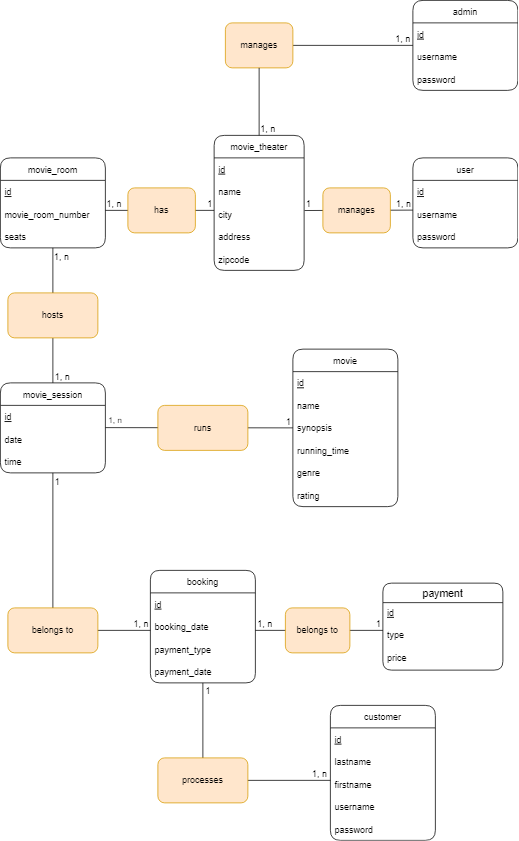
Armafobe/cinema_database keeps this draw.io diagram as MCD.png. Above is the earlier version. Source tidied: cells renumbered, new cells last; positions are measured from the earlier drawing's top-left corner, leaving out a move shared by most shapes.
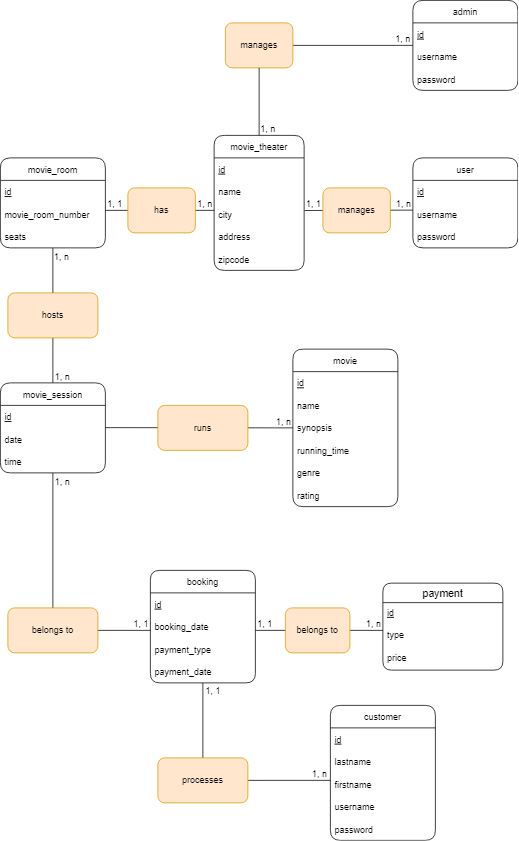
Later version of the same file.

What changed in the source:
```diff
@@ -25,5 +25,5 @@
     </mxCell>
-    <mxCell id="9" value="id" style="text;strokeColor=none;fillColor=none;align=left;verticalAlign=middle;spacingLeft=4;spacingRight=4;overflow=hidden;rounded=1;fontStyle=4;" parent="8" vertex="1">
-      <mxGeometry y="30" width="140" height="30" as="geometry" />
-    </mxCell>
+    <mxCell id="81" value="id" style="text;strokeColor=none;fillColor=none;align=left;verticalAlign=middle;spacingLeft=4;spacingRight=4;overflow=hidden;rounded=1;fontStyle=4;" parent="8" vertex="1">
+      <mxGeometry y="30" width="140" height="30" as="geometry" />
+    </mxCell>
     <mxCell id="10" value="username" style="text;strokeColor=none;fillColor=none;align=left;verticalAlign=middle;spacingLeft=4;spacingRight=4;overflow=hidden;rounded=1;" parent="8" vertex="1">
@@ -34,12 +34,12 @@
     </mxCell>
-    <mxCell id="12" style="endArrow=none;html=1;rounded=0;startArrow=none;" parent="1" edge="1" source="14">
-      <mxGeometry relative="1" as="geometry">
-        <mxPoint x="550" y="60" as="targetPoint" />
-      </mxGeometry>
-    </mxCell>
-    <mxCell id="13" value="1, n" style="html=1;align=right;verticalAlign=bottom;rounded=1;fillColor=#FFF5F5;" parent="12" vertex="1">
-      <mxGeometry x="1" relative="1" as="geometry">
-        <mxPoint x="-3" as="offset" />
-      </mxGeometry>
-    </mxCell>
+    <mxCell id="82" style="endArrow=none;html=1;rounded=0;startArrow=none;" parent="1" edge="1" source="14">
+      <mxGeometry relative="1" as="geometry">
+        <mxPoint x="550" y="60" as="targetPoint" />
+      </mxGeometry>
+    </mxCell>
+    <mxCell id="83" value="1, n" style="html=1;align=right;verticalAlign=bottom;rounded=1;fillColor=#FFF5F5;" parent="82" vertex="1">
+      <mxGeometry x="1" relative="1" as="geometry">
+        <mxPoint x="-3" as="offset" />
+      </mxGeometry>
+    </mxCell>
     <mxCell id="14" value="manages" style="rounded=1;whiteSpace=wrap;html=1;fillColor=#ffe6cc;strokeColor=#d79b00;" parent="1" vertex="1">
@@ -50,5 +50,5 @@
     </mxCell>
-    <mxCell id="16" value="1, n" style="html=1;align=left;verticalAlign=bottom;rounded=1;fillColor=#FFF5F5;" parent="15" vertex="1">
-      <mxGeometry x="-1" relative="1" as="geometry" />
-    </mxCell>
+    <mxCell id="84" value="1, n" style="html=1;align=left;verticalAlign=bottom;rounded=1;fillColor=#FFF5F5;" parent="15" vertex="1">
+      <mxGeometry x="-1" relative="1" as="geometry" />
+    </mxCell>
     <mxCell id="17" value="movie_room" style="swimlane;fontStyle=0;horizontal=1;startSize=30;rounded=1;" parent="1" vertex="1">
@@ -56,5 +56,5 @@
     </mxCell>
-    <mxCell id="18" value="id" style="text;strokeColor=none;fillColor=none;align=left;verticalAlign=middle;spacingLeft=4;spacingRight=4;overflow=hidden;rounded=1;fontStyle=4;" parent="17" vertex="1">
-      <mxGeometry y="30" width="140" height="30" as="geometry" />
-    </mxCell>
+    <mxCell id="85" value="id" style="text;strokeColor=none;fillColor=none;align=left;verticalAlign=middle;spacingLeft=4;spacingRight=4;overflow=hidden;rounded=1;fontStyle=4;" parent="17" vertex="1">
+      <mxGeometry y="30" width="140" height="30" as="geometry" />
+    </mxCell>
     <mxCell id="19" value="movie_room_number" style="text;strokeColor=none;fillColor=none;align=left;verticalAlign=middle;spacingLeft=4;spacingRight=4;overflow=hidden;rounded=1;" parent="17" vertex="1">
@@ -65,16 +65,18 @@
     </mxCell>
-    <mxCell id="21" style="endArrow=none;html=1;rounded=0;" parent="1" edge="1">
-      <mxGeometry relative="1" as="geometry">
-        <mxPoint x="140" y="280" as="sourcePoint" />
-        <mxPoint x="285" y="280" as="targetPoint" />
-      </mxGeometry>
-    </mxCell>
-    <mxCell id="22" value="1, n" style="html=1;align=left;verticalAlign=bottom;rounded=1;fillColor=#FFF5F5;" parent="21" vertex="1">
-      <mxGeometry x="-1" relative="1" as="geometry" />
-    </mxCell>
-    <mxCell id="23" value="1" style="html=1;align=right;verticalAlign=bottom;rounded=1;fillColor=#FFF5F5;" parent="21" vertex="1">
-      <mxGeometry x="1" relative="1" as="geometry">
-        <mxPoint x="-2" as="offset" />
-      </mxGeometry>
-    </mxCell>
+    <mxCell id="86" style="endArrow=none;html=1;rounded=0;" parent="1" edge="1">
+      <mxGeometry relative="1" as="geometry">
+        <mxPoint x="140" y="280" as="sourcePoint" />
+        <mxPoint x="285" y="280" as="targetPoint" />
+      </mxGeometry>
+    </mxCell>
+    <mxCell id="87" value="1, 1" style="html=1;align=left;verticalAlign=bottom;rounded=1;fillColor=#FFF5F5;" parent="86" vertex="1">
+      <mxGeometry x="-1" relative="1" as="geometry">
+        <mxPoint x="1" as="offset" />
+      </mxGeometry>
+    </mxCell>
+    <mxCell id="88" value="1, n" style="html=1;align=right;verticalAlign=bottom;rounded=1;fillColor=#FFF5F5;" parent="86" vertex="1">
+      <mxGeometry x="1" relative="1" as="geometry">
+        <mxPoint x="-2" as="offset" />
+      </mxGeometry>
+    </mxCell>
     <mxCell id="24" value="has" style="rounded=1;whiteSpace=wrap;html=1;fillColor=#ffe6cc;strokeColor=#d79b00;" parent="1" vertex="1">
@@ -85,5 +87,5 @@
     </mxCell>
-    <mxCell id="26" value="id" style="text;strokeColor=none;fillColor=none;align=left;verticalAlign=middle;spacingLeft=4;spacingRight=4;overflow=hidden;rounded=1;fontStyle=4;" parent="25" vertex="1">
-      <mxGeometry y="30" width="140" height="30" as="geometry" />
-    </mxCell>
+    <mxCell id="89" value="id" style="text;strokeColor=none;fillColor=none;align=left;verticalAlign=middle;spacingLeft=4;spacingRight=4;overflow=hidden;rounded=1;fontStyle=4;" parent="25" vertex="1">
+      <mxGeometry y="30" width="140" height="30" as="geometry" />
+    </mxCell>
     <mxCell id="27" value="date" style="text;strokeColor=none;fillColor=none;align=left;verticalAlign=middle;spacingLeft=4;spacingRight=4;overflow=hidden;rounded=1;" parent="25" vertex="1">
@@ -94,17 +96,17 @@
     </mxCell>
-    <mxCell id="29" style="endArrow=none;html=1;rounded=0;entryX=0.5;entryY=0;entryDx=0;entryDy=0;" parent="1" edge="1" target="25">
-      <mxGeometry relative="1" as="geometry">
-        <mxPoint x="70" y="330" as="sourcePoint" />
-      </mxGeometry>
-    </mxCell>
-    <mxCell id="30" value="1, n" style="html=1;align=left;verticalAlign=bottom;rounded=1;fillColor=#FFF5F5;" parent="29" vertex="1">
-      <mxGeometry x="-1" relative="1" as="geometry">
-        <mxPoint y="20" as="offset" />
-      </mxGeometry>
-    </mxCell>
-    <mxCell id="31" value="1, n" style="html=1;align=right;verticalAlign=bottom;rounded=1;fillColor=#FFF5F5;" parent="29" vertex="1">
-      <mxGeometry x="1" relative="1" as="geometry">
-        <mxPoint x="23" as="offset" />
-      </mxGeometry>
-    </mxCell>
+    <mxCell id="90" style="endArrow=none;html=1;rounded=0;entryX=0.5;entryY=0;entryDx=0;entryDy=0;" parent="1" edge="1" target="25">
+      <mxGeometry relative="1" as="geometry">
+        <mxPoint x="70" y="330" as="sourcePoint" />
+      </mxGeometry>
+    </mxCell>
+    <mxCell id="91" value="1, n" style="html=1;align=left;verticalAlign=bottom;rounded=1;fillColor=#FFF5F5;" parent="90" vertex="1">
+      <mxGeometry x="-1" relative="1" as="geometry">
+        <mxPoint y="20" as="offset" />
+      </mxGeometry>
+    </mxCell>
+    <mxCell id="92" value="1, n" style="html=1;align=right;verticalAlign=bottom;rounded=1;fillColor=#FFF5F5;" parent="90" vertex="1">
+      <mxGeometry x="1" relative="1" as="geometry">
+        <mxPoint x="23" as="offset" />
+      </mxGeometry>
+    </mxCell>
     <mxCell id="32" value="hosts" style="rounded=1;whiteSpace=wrap;html=1;fillColor=#ffe6cc;strokeColor=#d79b00;" parent="1" vertex="1">
@@ -115,5 +117,5 @@
     </mxCell>
-    <mxCell id="34" value="id" style="text;strokeColor=none;fillColor=none;align=left;verticalAlign=middle;spacingLeft=4;spacingRight=4;overflow=hidden;rounded=1;fontStyle=4;" parent="33" vertex="1">
-      <mxGeometry y="30" width="140" height="30" as="geometry" />
-    </mxCell>
+    <mxCell id="93" value="id" style="text;strokeColor=none;fillColor=none;align=left;verticalAlign=middle;spacingLeft=4;spacingRight=4;overflow=hidden;rounded=1;fontStyle=4;" parent="33" vertex="1">
+      <mxGeometry y="30" width="140" height="30" as="geometry" />
+    </mxCell>
     <mxCell id="35" value="name" style="text;strokeColor=none;fillColor=none;align=left;verticalAlign=middle;spacingLeft=4;spacingRight=4;overflow=hidden;rounded=1;" parent="33" vertex="1">
@@ -133,20 +135,15 @@
     </mxCell>
-    <mxCell id="40" style="endArrow=none;html=1;rounded=0;entryX=0;entryY=0.5;entryDx=0;entryDy=0;" parent="1" edge="1" target="36">
-      <mxGeometry relative="1" as="geometry">
-        <mxPoint x="140" y="569.7" as="sourcePoint" />
-      </mxGeometry>
-    </mxCell>
-    <mxCell id="41" value="1" style="html=1;align=right;verticalAlign=bottom;rounded=1;fillColor=#FFF5F5;" parent="40" vertex="1">
-      <mxGeometry x="1" relative="1" as="geometry">
-        <mxPoint x="-2" as="offset" />
-      </mxGeometry>
-    </mxCell>
+    <mxCell id="94" style="endArrow=none;html=1;rounded=0;entryX=0;entryY=0.5;entryDx=0;entryDy=0;" parent="1" edge="1" target="36">
+      <mxGeometry relative="1" as="geometry">
+        <mxPoint x="140" y="569.7" as="sourcePoint" />
+      </mxGeometry>
+    </mxCell>
+    <mxCell id="95" value="1, n" style="html=1;align=right;verticalAlign=bottom;rounded=1;fillColor=#FFF5F5;" parent="94" vertex="1">
+      <mxGeometry x="1" relative="1" as="geometry">
+        <mxPoint x="-2" as="offset" />
+      </mxGeometry>
+    </mxCell>
-    <mxCell id="42" value="&lt;span style=&quot;color: rgba(0, 0, 0, 0); font-family: monospace; font-size: 0px; text-align: start; background-color: rgb(248, 249, 250);&quot;&gt;%3CmxGraphModel%3E%3Croot%3E%3CmxCell%20id%3D%220%22%2F%3E%3CmxCell%20id%3D%221%22%20parent%3D%220%22%2F%3E%3CmxCell%20id%3D%222%22%20value%3D%221%2C%20n%22%20style%3D%22resizable%3D0%3Bhtml%3D1%3Balign%3Dright%3BverticalAlign%3Dbottom%3Brounded%3D1%3BfillColor%3D%23FFF5F5%3B%22%20connectable%3D%220%22%20vertex%3D%221%22%20parent%3D%221%22%3E%3CmxGeometry%20x%3D%22438.3445960676315%22%20y%3D%22610.000468650652%22%20as%3D%22geometry%22%2F%3E%3C%2FmxCell%3E%3C%2Froot%3E%3C%2FmxGraphModel%3E&lt;/span&gt;" style="edgeLabel;html=1;align=center;verticalAlign=middle;" parent="40" vertex="1">
+    <mxCell id="42" value="&lt;span style=&quot;color: rgba(0, 0, 0, 0); font-family: monospace; font-size: 0px; text-align: start; background-color: rgb(248, 249, 250);&quot;&gt;%3CmxGraphModel%3E%3Croot%3E%3CmxCell%20id%3D%220%22%2F%3E%3CmxCell%20id%3D%221%22%20parent%3D%220%22%2F%3E%3CmxCell%20id%3D%222%22%20value%3D%221%2C%20n%22%20style%3D%22resizable%3D0%3Bhtml%3D1%3Balign%3Dright%3BverticalAlign%3Dbottom%3Brounded%3D1%3BfillColor%3D%23FFF5F5%3B%22%20connectable%3D%220%22%20vertex%3D%221%22%20parent%3D%221%22%3E%3CmxGeometry%20x%3D%22438.3445960676315%22%20y%3D%22610.000468650652%22%20as%3D%22geometry%22%2F%3E%3C%2FmxCell%3E%3C%2Froot%3E%3C%2FmxGraphModel%3E&lt;/span&gt;" style="edgeLabel;html=1;align=center;verticalAlign=middle;" parent="94" vertex="1">
       <mxGeometry x="-0.9" y="1" relative="1" as="geometry" />
     </mxCell>
-    <mxCell id="43" value="1, n" style="edgeLabel;html=1;align=center;verticalAlign=middle;labelBackgroundColor=none;" parent="40" vertex="1">
-      <mxGeometry x="-0.89" y="1" relative="1" as="geometry">
-        <mxPoint x="-1" y="-9" as="offset" />
-      </mxGeometry>
-    </mxCell>
     <mxCell id="44" value="runs" style="rounded=1;whiteSpace=wrap;html=1;fillColor=#ffe6cc;strokeColor=#d79b00;" parent="1" vertex="1">
@@ -157,5 +154,5 @@
     </mxCell>
-    <mxCell id="46" value="id" style="text;strokeColor=none;fillColor=none;align=left;verticalAlign=middle;spacingLeft=4;spacingRight=4;overflow=hidden;rounded=1;fontStyle=4;" parent="45" vertex="1">
-      <mxGeometry y="30" width="140" height="30" as="geometry" />
-    </mxCell>
+    <mxCell id="96" value="id" style="text;strokeColor=none;fillColor=none;align=left;verticalAlign=middle;spacingLeft=4;spacingRight=4;overflow=hidden;rounded=1;fontStyle=4;" parent="45" vertex="1">
+      <mxGeometry y="30" width="140" height="30" as="geometry" />
+    </mxCell>
     <mxCell id="47" value="booking_date" style="text;strokeColor=none;fillColor=none;align=left;verticalAlign=middle;spacingLeft=4;spacingRight=4;overflow=hidden;rounded=1;" parent="45" vertex="1">
@@ -169,24 +166,24 @@
     </mxCell>
-    <mxCell id="50" style="endArrow=none;html=1;rounded=0;" parent="1" edge="1">
-      <mxGeometry relative="1" as="geometry">
-        <mxPoint x="70" y="630" as="sourcePoint" />
-        <mxPoint x="70" y="840" as="targetPoint" />
-      </mxGeometry>
-    </mxCell>
-    <mxCell id="51" value="1" style="html=1;align=left;verticalAlign=bottom;rounded=1;labelBackgroundColor=none;fillColor=#FFF5F5;" parent="50" vertex="1">
-      <mxGeometry x="-1" relative="1" as="geometry">
-        <mxPoint x="1" y="20" as="offset" />
-      </mxGeometry>
-    </mxCell>
-    <mxCell id="52" value="1, n" style="html=1;align=right;verticalAlign=bottom;rounded=1;labelBackgroundColor=none;fillColor=#FFF5F5;" parent="50" vertex="1">
-      <mxGeometry x="1" relative="1" as="geometry">
-        <mxPoint x="128" as="offset" />
-      </mxGeometry>
-    </mxCell>
-    <mxCell id="53" style="endArrow=none;html=1;rounded=0;" parent="1" edge="1">
-      <mxGeometry relative="1" as="geometry">
-        <mxPoint x="70" y="840" as="sourcePoint" />
-        <mxPoint x="200" y="840" as="targetPoint" />
-      </mxGeometry>
-    </mxCell>
+    <mxCell id="97" style="endArrow=none;html=1;rounded=0;" parent="1" edge="1">
+      <mxGeometry relative="1" as="geometry">
+        <mxPoint x="70" y="630" as="sourcePoint" />
+        <mxPoint x="70" y="840" as="targetPoint" />
+      </mxGeometry>
+    </mxCell>
+    <mxCell id="68" value="1, n" style="html=1;align=left;verticalAlign=bottom;rounded=1;labelBackgroundColor=none;fillColor=#FFF5F5;" parent="97" vertex="1">
+      <mxGeometry x="-1" relative="1" as="geometry">
+        <mxPoint x="1" y="20" as="offset" />
+      </mxGeometry>
+    </mxCell>
+    <mxCell id="98" value="1, 1" style="html=1;align=right;verticalAlign=bottom;rounded=1;labelBackgroundColor=none;fillColor=#FFF5F5;" parent="97" vertex="1">
+      <mxGeometry x="1" relative="1" as="geometry">
+        <mxPoint x="128" as="offset" />
+      </mxGeometry>
+    </mxCell>
+    <mxCell id="99" style="endArrow=none;html=1;rounded=0;" parent="1" edge="1">
+      <mxGeometry relative="1" as="geometry">
+        <mxPoint x="70" y="840" as="sourcePoint" />
+        <mxPoint x="200" y="840" as="targetPoint" />
+      </mxGeometry>
+    </mxCell>
     <mxCell id="54" value="customer" style="swimlane;fontStyle=0;horizontal=1;startSize=30;rounded=1;labelBackgroundColor=none;" parent="1" vertex="1">
@@ -194,5 +191,5 @@
     </mxCell>
-    <mxCell id="55" value="id" style="text;strokeColor=none;fillColor=none;align=left;verticalAlign=middle;spacingLeft=4;spacingRight=4;overflow=hidden;rounded=1;labelBackgroundColor=none;fontStyle=4;" parent="54" vertex="1">
-      <mxGeometry y="30" width="140" height="30" as="geometry" />
-    </mxCell>
+    <mxCell id="100" value="id" style="text;strokeColor=none;fillColor=none;align=left;verticalAlign=middle;spacingLeft=4;spacingRight=4;overflow=hidden;rounded=1;labelBackgroundColor=none;fontStyle=4;" parent="54" vertex="1">
+      <mxGeometry y="30" width="140" height="30" as="geometry" />
+    </mxCell>
     <mxCell id="56" value="lastname" style="text;strokeColor=none;fillColor=none;align=left;verticalAlign=middle;spacingLeft=4;spacingRight=4;overflow=hidden;rounded=1;labelBackgroundColor=none;" parent="54" vertex="1">
@@ -209,20 +206,20 @@
     </mxCell>
-    <mxCell id="60" style="endArrow=none;html=1;rounded=0;entryX=0;entryY=0.333;entryDx=0;entryDy=0;entryPerimeter=0;" parent="1" edge="1" target="57">
-      <mxGeometry relative="1" as="geometry">
-        <mxPoint x="270" y="910" as="sourcePoint" />
-        <Array as="points">
-          <mxPoint x="270" y="1040" />
-        </Array>
-      </mxGeometry>
-    </mxCell>
-    <mxCell id="61" value="1" style="html=1;align=left;verticalAlign=bottom;rounded=1;labelBackgroundColor=none;fillColor=#FFF5F5;" parent="60" vertex="1">
-      <mxGeometry x="-1" relative="1" as="geometry">
-        <mxPoint x="2" y="19" as="offset" />
-      </mxGeometry>
-    </mxCell>
-    <mxCell id="62" value="1, n" style="html=1;align=right;verticalAlign=bottom;rounded=1;labelBackgroundColor=none;fillColor=#FFF5F5;" parent="60" vertex="1">
-      <mxGeometry x="1" relative="1" as="geometry">
-        <mxPoint x="-4" as="offset" />
-      </mxGeometry>
-    </mxCell>
+    <mxCell id="101" style="endArrow=none;html=1;rounded=0;entryX=0;entryY=0.333;entryDx=0;entryDy=0;entryPerimeter=0;" parent="1" edge="1" target="57">
+      <mxGeometry relative="1" as="geometry">
+        <mxPoint x="270" y="910" as="sourcePoint" />
+        <Array as="points">
+          <mxPoint x="270" y="1040" />
+        </Array>
+      </mxGeometry>
+    </mxCell>
+    <mxCell id="102" value="1, 1" style="html=1;align=left;verticalAlign=bottom;rounded=1;labelBackgroundColor=none;fillColor=#FFF5F5;" parent="101" vertex="1">
+      <mxGeometry x="-1" relative="1" as="geometry">
+        <mxPoint x="2" y="19" as="offset" />
+      </mxGeometry>
+    </mxCell>
+    <mxCell id="103" value="1, n" style="html=1;align=right;verticalAlign=bottom;rounded=1;labelBackgroundColor=none;fillColor=#FFF5F5;" parent="101" vertex="1">
+      <mxGeometry x="1" relative="1" as="geometry">
+        <mxPoint x="-4" as="offset" />
+      </mxGeometry>
+    </mxCell>
     <mxCell id="63" value="payment" style="swimlane;fontStyle=0;horizontal=1;startSize=26;align=center;fontSize=14;rounded=1;labelBackgroundColor=none;" parent="1" vertex="1">
@@ -239,18 +236,18 @@
     </mxCell>
-    <mxCell id="67" style="endArrow=none;html=1;rounded=0;" parent="1" edge="1">
-      <mxGeometry relative="1" as="geometry">
-        <mxPoint x="340" y="840" as="sourcePoint" />
-        <mxPoint x="510" y="840" as="targetPoint" />
-      </mxGeometry>
-    </mxCell>
-    <mxCell id="68" value="1, n" style="html=1;align=left;verticalAlign=bottom;rounded=1;labelBackgroundColor=none;fillColor=#FFF5F5;" parent="67" vertex="1">
-      <mxGeometry x="-1" relative="1" as="geometry">
-        <mxPoint x="1" as="offset" />
-      </mxGeometry>
-    </mxCell>
-    <mxCell id="69" value="1" style="html=1;align=right;verticalAlign=bottom;rounded=1;labelBackgroundColor=none;fillColor=#FFF5F5;" parent="67" vertex="1">
-      <mxGeometry x="1" relative="1" as="geometry">
-        <mxPoint x="-2" as="offset" />
-      </mxGeometry>
-    </mxCell>
+    <mxCell id="104" style="endArrow=none;html=1;rounded=0;" parent="1" edge="1">
+      <mxGeometry relative="1" as="geometry">
+        <mxPoint x="340" y="840" as="sourcePoint" />
+        <mxPoint x="510" y="840" as="targetPoint" />
+      </mxGeometry>
+    </mxCell>
+    <mxCell id="105" value="1, 1" style="html=1;align=left;verticalAlign=bottom;rounded=1;labelBackgroundColor=none;fillColor=#FFF5F5;" parent="104" vertex="1">
+      <mxGeometry x="-1" relative="1" as="geometry">
+        <mxPoint x="1" as="offset" />
+      </mxGeometry>
+    </mxCell>
+    <mxCell id="106" value="1, n" style="html=1;align=right;verticalAlign=bottom;rounded=1;labelBackgroundColor=none;fillColor=#FFF5F5;" parent="104" vertex="1">
+      <mxGeometry x="1" relative="1" as="geometry">
+        <mxPoint x="-2" as="offset" />
+      </mxGeometry>
+    </mxCell>
     <mxCell id="70" value="belongs to" style="rounded=1;whiteSpace=wrap;html=1;labelBackgroundColor=none;fillColor=#ffe6cc;strokeColor=#d79b00;" parent="1" vertex="1">
@@ -267,5 +264,5 @@
     </mxCell>
-    <mxCell id="74" value="id" style="text;strokeColor=none;fillColor=none;align=left;verticalAlign=middle;spacingLeft=4;spacingRight=4;overflow=hidden;rounded=1;labelBackgroundColor=none;fontStyle=4;" parent="73" vertex="1">
-      <mxGeometry y="30" width="140" height="30" as="geometry" />
-    </mxCell>
+    <mxCell id="107" value="id" style="text;strokeColor=none;fillColor=none;align=left;verticalAlign=middle;spacingLeft=4;spacingRight=4;overflow=hidden;rounded=1;labelBackgroundColor=none;fontStyle=4;" parent="73" vertex="1">
+      <mxGeometry y="30" width="140" height="30" as="geometry" />
+    </mxCell>
     <mxCell id="75" value="username" style="text;strokeColor=none;fillColor=none;align=left;verticalAlign=middle;spacingLeft=4;spacingRight=4;overflow=hidden;rounded=1;labelBackgroundColor=none;" parent="73" vertex="1">
@@ -276,15 +273,15 @@
     </mxCell>
-    <mxCell id="77" style="endArrow=none;html=1;rounded=0;exitX=1.005;exitY=0.34;exitDx=0;exitDy=0;exitPerimeter=0;" parent="1" edge="1" source="5">
-      <mxGeometry relative="1" as="geometry">
-        <mxPoint x="550" y="279.7" as="targetPoint" />
-      </mxGeometry>
-    </mxCell>
-    <mxCell id="78" value="1" style="html=1;align=left;verticalAlign=bottom;rounded=1;labelBackgroundColor=none;fillColor=#FFF5F5;" parent="77" vertex="1">
-      <mxGeometry x="-1" relative="1" as="geometry" />
-    </mxCell>
-    <mxCell id="79" value="1, n" style="html=1;align=right;verticalAlign=bottom;rounded=1;labelBackgroundColor=none;fillColor=#FFF5F5;" parent="77" vertex="1">
-      <mxGeometry x="1" relative="1" as="geometry">
-        <mxPoint x="-2" as="offset" />
-      </mxGeometry>
-    </mxCell>
+    <mxCell id="108" style="endArrow=none;html=1;rounded=0;exitX=1.005;exitY=0.34;exitDx=0;exitDy=0;exitPerimeter=0;" parent="1" edge="1" source="5">
+      <mxGeometry relative="1" as="geometry">
+        <mxPoint x="550" y="279.7" as="targetPoint" />
+      </mxGeometry>
+    </mxCell>
+    <mxCell id="109" value="1, 1" style="html=1;align=left;verticalAlign=bottom;rounded=1;labelBackgroundColor=none;fillColor=#FFF5F5;" parent="108" vertex="1">
+      <mxGeometry x="-1" relative="1" as="geometry" />
+    </mxCell>
+    <mxCell id="110" value="1, n" style="html=1;align=right;verticalAlign=bottom;rounded=1;labelBackgroundColor=none;fillColor=#FFF5F5;" parent="108" vertex="1">
+      <mxGeometry x="1" relative="1" as="geometry">
+        <mxPoint x="-2" as="offset" />
+      </mxGeometry>
+    </mxCell>
     <mxCell id="80" value="manages" style="rounded=1;whiteSpace=wrap;html=1;fillColor=#ffe6cc;strokeColor=#d79b00;" parent="1" vertex="1">
```
